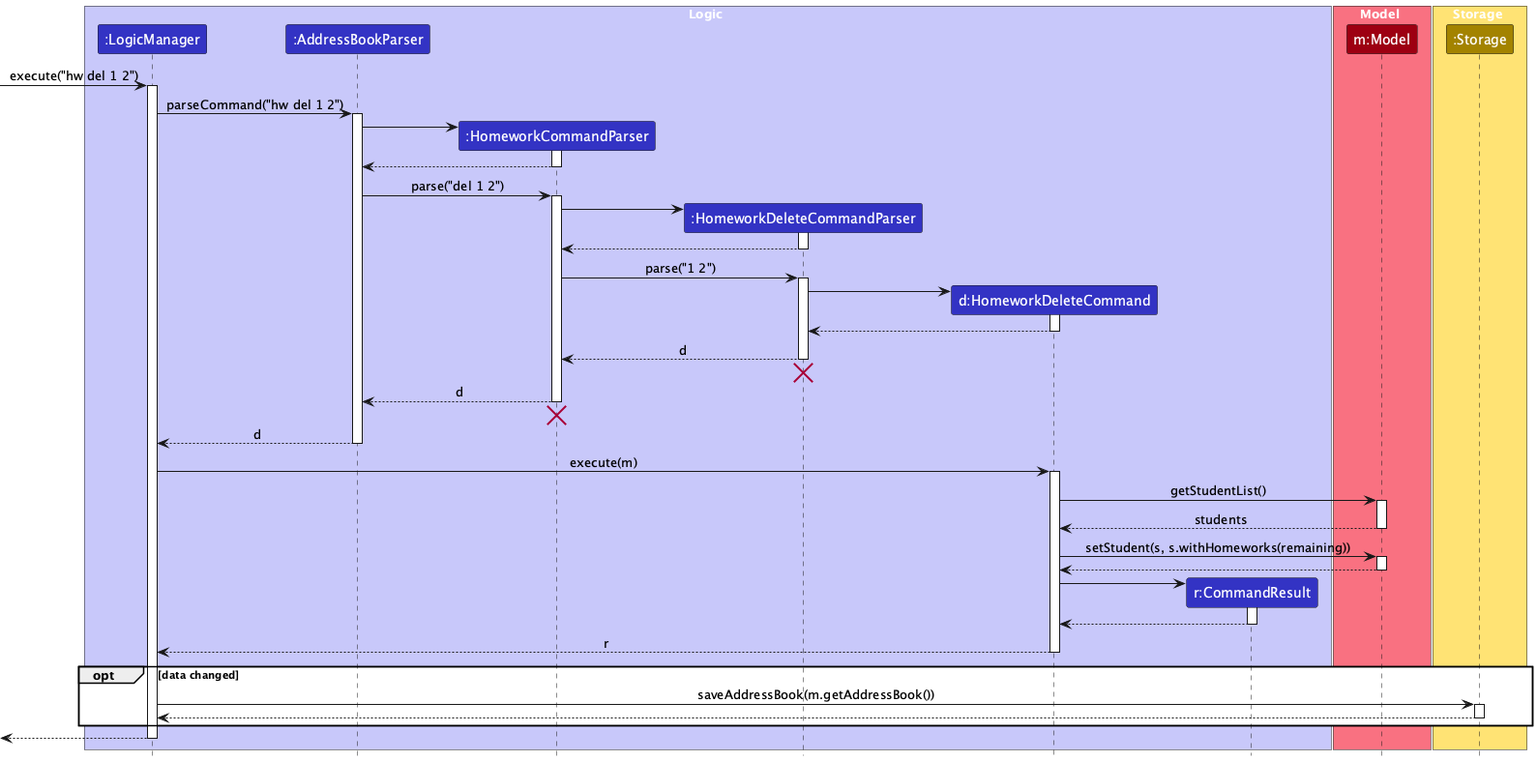
This is docs/images/HomeworkDeleteSequenceDiagram.png from AY2627S1-CS2103-F12-1/tp, a PlantUML export, as it was before one commit. Source of this version:
```plantuml
@startuml
!include style.puml
skinparam ArrowFontStyle plain

box Logic LOGIC_COLOR_T1
participant ":LogicManager" as LogicManager LOGIC_COLOR
participant ":AddressBookParser" as AddressBookParser LOGIC_COLOR
participant ":HomeworkCommandParser" as HomeworkCommandParser LOGIC_COLOR
participant ":HomeworkDeleteCommandParser" as HomeworkDeleteCommandParser LOGIC_COLOR
participant "d:HomeworkDeleteCommand" as HomeworkDeleteCommand LOGIC_COLOR
participant "r:CommandResult" as CommandResult LOGIC_COLOR
end box

box Model MODEL_COLOR_T1
participant "m:Model" as Model MODEL_COLOR
end box

box Storage STORAGE_COLOR_T1
participant ":Storage" as Storage STORAGE_COLOR
end box

[-> LogicManager : execute("hw del 1 2")
activate LogicManager

LogicManager -> AddressBookParser : parseCommand("hw del 1 2")
activate AddressBookParser

create HomeworkCommandParser
AddressBookParser -> HomeworkCommandParser
activate HomeworkCommandParser

HomeworkCommandParser --> AddressBookParser
deactivate HomeworkCommandParser

AddressBookParser -> HomeworkCommandParser : parse("del 1 2")
activate HomeworkCommandParser

create HomeworkDeleteCommandParser
HomeworkCommandParser -> HomeworkDeleteCommandParser
activate HomeworkDeleteCommandParser

HomeworkDeleteCommandParser --> HomeworkCommandParser
deactivate HomeworkDeleteCommandParser

HomeworkCommandParser -> HomeworkDeleteCommandParser : parse("1 2")
activate HomeworkDeleteCommandParser

create HomeworkDeleteCommand
HomeworkDeleteCommandParser -> HomeworkDeleteCommand
activate HomeworkDeleteCommand

HomeworkDeleteCommand --> HomeworkDeleteCommandParser
deactivate HomeworkDeleteCommand

HomeworkDeleteCommandParser --> HomeworkCommandParser : d
deactivate HomeworkDeleteCommandParser
HomeworkDeleteCommandParser -[hidden]-> HomeworkCommandParser
destroy HomeworkDeleteCommandParser

HomeworkCommandParser --> AddressBookParser : d
deactivate HomeworkCommandParser
HomeworkCommandParser -[hidden]-> AddressBookParser
destroy HomeworkCommandParser

AddressBookParser --> LogicManager : d
deactivate AddressBookParser

LogicManager -> HomeworkDeleteCommand : execute(m)
activate HomeworkDeleteCommand

HomeworkDeleteCommand -> Model : getStudentList()
activate Model

Model --> HomeworkDeleteCommand : students
deactivate Model

HomeworkDeleteCommand -> Model : setStudent(s, s.withHomeworks(remaining))
activate Model

Model --> HomeworkDeleteCommand
deactivate Model

create CommandResult
HomeworkDeleteCommand -> CommandResult
activate CommandResult

CommandResult --> HomeworkDeleteCommand
deactivate CommandResult

HomeworkDeleteCommand --> LogicManager : r
deactivate HomeworkDeleteCommand

opt data changed
LogicManager -> Storage : saveAddressBook(m.getAddressBook())
activate Storage

Storage --> LogicManager
deactivate Storage
end

[<--LogicManager
deactivate LogicManager
@enduml
```
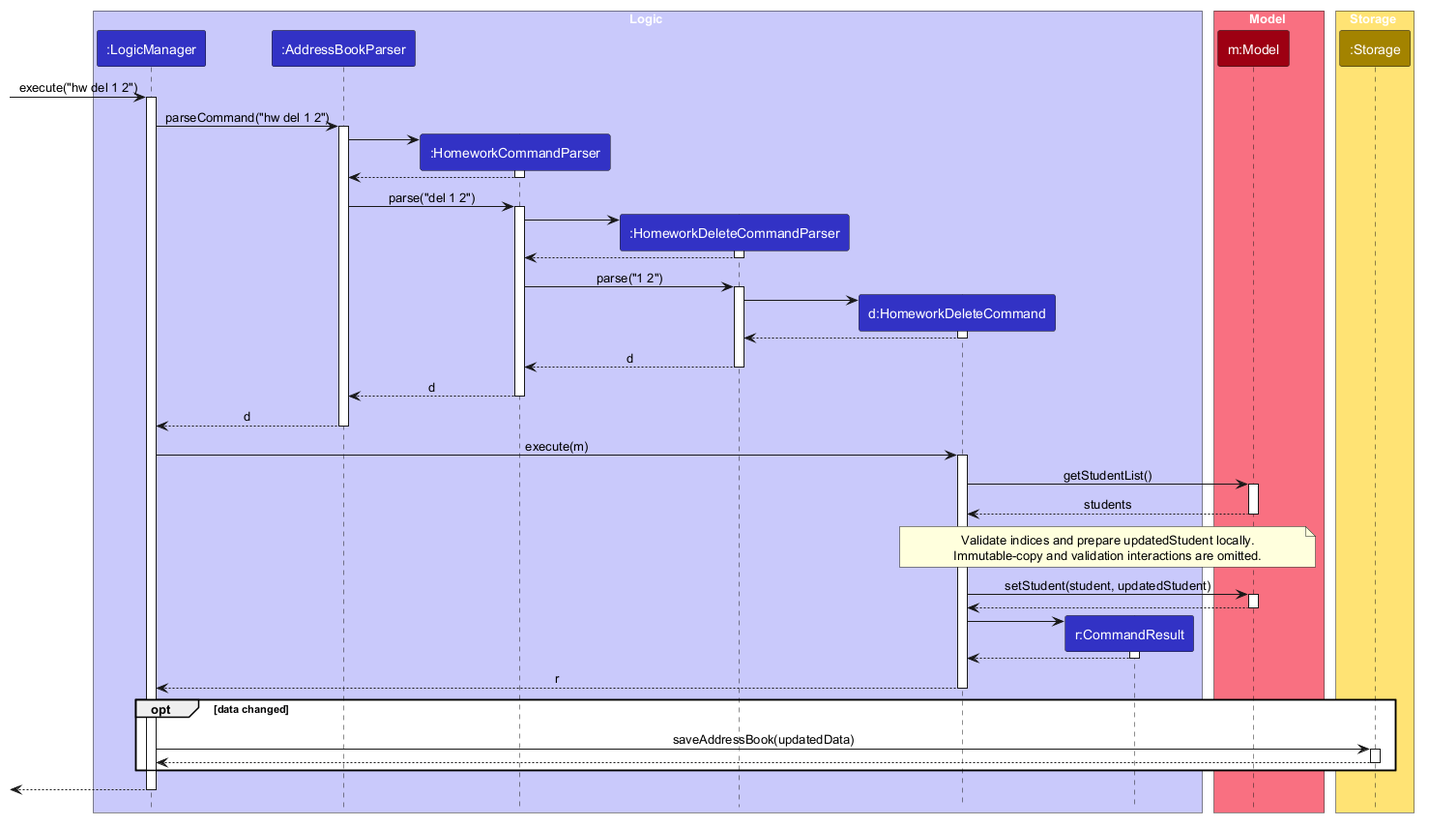
Above is the later version.

The edit, as a diff of the source:
```diff
@@ -54,13 +54,9 @@
 
 HomeworkDeleteCommandParser --> HomeworkCommandParser : d
 deactivate HomeworkDeleteCommandParser
-HomeworkDeleteCommandParser -[hidden]-> HomeworkCommandParser
-destroy HomeworkDeleteCommandParser
 
 HomeworkCommandParser --> AddressBookParser : d
 deactivate HomeworkCommandParser
-HomeworkCommandParser -[hidden]-> AddressBookParser
-destroy HomeworkCommandParser
 
 AddressBookParser --> LogicManager : d
 deactivate AddressBookParser
@@ -74,7 +70,11 @@
 Model --> HomeworkDeleteCommand : students
 deactivate Model
 
-HomeworkDeleteCommand -> Model : setStudent(s, s.withHomeworks(remaining))
+note over HomeworkDeleteCommand, Model
+  Validate indices and prepare updatedStudent locally.
+  Immutable-copy and validation interactions are omitted.
+end note
+HomeworkDeleteCommand -> Model : setStudent(student, updatedStudent)
 activate Model
 
 Model --> HomeworkDeleteCommand
@@ -91,7 +91,7 @@
 deactivate HomeworkDeleteCommand
 
 opt data changed
-LogicManager -> Storage : saveAddressBook(m.getAddressBook())
+LogicManager -> Storage : saveAddressBook(updatedData)
 activate Storage
 
 Storage --> LogicManager
```
